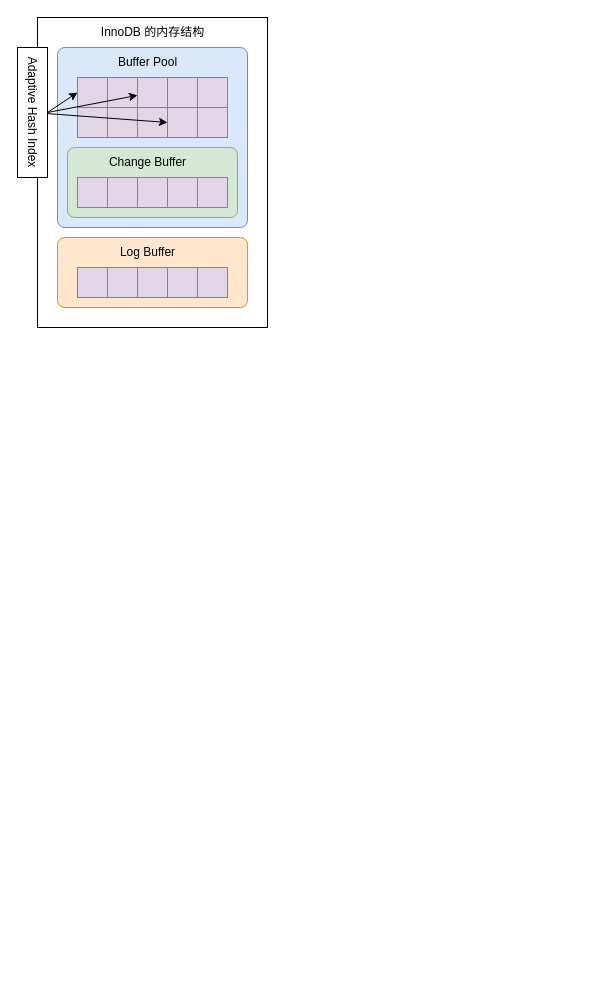
zero-97/picture-of-the-article keeps this draw.io diagram as InnoDB 的内存结构/InnoDB 的内存结构.drawio. Above is the earlier version. Source tidied: cells renumbered, new cells numbered last; positions are measured from the earlier drawing's top-left corner, leaving out a move shared by most shapes. Both pictures are drawn from the tidied source at 100%, with x=0, y=0 at pixel (-33, 17).
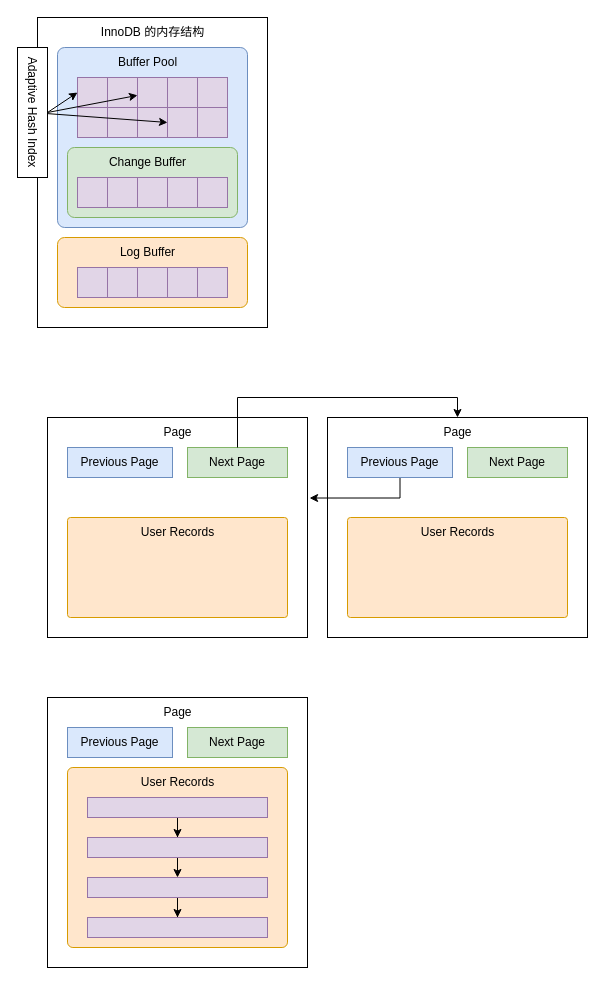
The same page after the edit.

Commit message (it also covers changes not shown here):
Update InnoDB 的内存结构.drawio

The edit, as a diff of the source:
```diff
@@
+    <mxCell id="34" style="rounded=0;whiteSpace=wrap;html=1;" parent="1" vertex="1">
+      <mxGeometry x="80" y="400" width="260" height="220" as="geometry" />
+    </mxCell>
+    <mxCell id="35" value="Page" style="text;html=1;align=center;verticalAlign=middle;strokeColor=none;fillColor=none;" parent="1" vertex="1">
+      <mxGeometry x="185" y="400" width="50" height="30" as="geometry" />
+    </mxCell>
+    <mxCell id="36" value="Previous Page" style="rounded=0;whiteSpace=wrap;html=1;fillColor=#dae8fc;strokeColor=#6c8ebf;" parent="1" vertex="1">
+      <mxGeometry x="100" y="430" width="105" height="30" as="geometry" />
+    </mxCell>
+    <mxCell id="37" value="Next Page" style="rounded=0;whiteSpace=wrap;html=1;fillColor=#d5e8d4;strokeColor=#82b366;" parent="1" vertex="1">
+      <mxGeometry x="220" y="430" width="100" height="30" as="geometry" />
+    </mxCell>
+    <mxCell id="38" style="rounded=1;whiteSpace=wrap;html=1;arcSize=3;fillColor=#ffe6cc;strokeColor=#d79b00;" parent="1" vertex="1">
+      <mxGeometry x="100" y="500" width="220" height="100" as="geometry" />
+    </mxCell>
+    <mxCell id="39" value="User Records" style="text;html=1;align=center;verticalAlign=middle;strokeColor=none;fillColor=none;" parent="1" vertex="1">
+      <mxGeometry x="160" y="500" width="100" height="30" as="geometry" />
+    </mxCell>
+    <mxCell id="40" style="rounded=0;whiteSpace=wrap;html=1;" parent="1" vertex="1">
+      <mxGeometry x="360" y="400" width="260" height="220" as="geometry" />
+    </mxCell>
+    <mxCell id="41" value="Page" style="text;html=1;align=center;verticalAlign=middle;strokeColor=none;fillColor=none;" parent="1" vertex="1">
+      <mxGeometry x="465" y="400" width="50" height="30" as="geometry" />
+    </mxCell>
+    <mxCell id="42" style="edgeStyle=orthogonalEdgeStyle;rounded=0;jettySize=auto;html=1;entryX=1.008;entryY=0.366;entryDx=0;entryDy=0;entryPerimeter=0;exitX=0.5;exitY=1;exitDx=0;exitDy=0;" parent="1" edge="1" source="43" target="34">
+      <mxGeometry relative="1" as="geometry">
+        <Array as="points">
+          <mxPoint x="433" y="481" />
+        </Array>
+      </mxGeometry>
+    </mxCell>
+    <mxCell id="43" value="Previous Page" style="rounded=0;whiteSpace=wrap;html=1;fillColor=#dae8fc;strokeColor=#6c8ebf;" parent="1" vertex="1">
+      <mxGeometry x="380" y="430" width="105" height="30" as="geometry" />
+    </mxCell>
+    <mxCell id="44" value="Next Page" style="rounded=0;whiteSpace=wrap;html=1;fillColor=#d5e8d4;strokeColor=#82b366;" parent="1" vertex="1">
+      <mxGeometry x="500" y="430" width="100" height="30" as="geometry" />
+    </mxCell>
+    <mxCell id="45" style="rounded=1;whiteSpace=wrap;html=1;arcSize=3;fillColor=#ffe6cc;strokeColor=#d79b00;" parent="1" vertex="1">
+      <mxGeometry x="380" y="500" width="220" height="100" as="geometry" />
+    </mxCell>
+    <mxCell id="46" value="User Records" style="text;html=1;align=center;verticalAlign=middle;strokeColor=none;fillColor=none;" parent="1" vertex="1">
+      <mxGeometry x="440" y="500" width="100" height="30" as="geometry" />
+    </mxCell>
+    <mxCell id="47" style="edgeStyle=orthogonalEdgeStyle;rounded=0;jettySize=auto;html=1;exitX=0.5;exitY=0;exitDx=0;exitDy=0;entryX=0.5;entryY=0;entryDx=0;entryDy=0;" parent="1" edge="1" source="37" target="40">
+      <mxGeometry relative="1" as="geometry">
+        <Array as="points">
+          <mxPoint x="270" y="380" />
+          <mxPoint x="490" y="380" />
+        </Array>
+      </mxGeometry>
+    </mxCell>
+    <mxCell id="48" style="rounded=0;whiteSpace=wrap;html=1;" parent="1" vertex="1">
+      <mxGeometry x="80" y="680" width="260" height="270" as="geometry" />
+    </mxCell>
+    <mxCell id="49" value="Page" style="text;html=1;align=center;verticalAlign=middle;strokeColor=none;fillColor=none;" parent="1" vertex="1">
+      <mxGeometry x="185" y="680" width="50" height="30" as="geometry" />
+    </mxCell>
+    <mxCell id="50" value="Previous Page" style="rounded=0;whiteSpace=wrap;html=1;fillColor=#dae8fc;strokeColor=#6c8ebf;" parent="1" vertex="1">
+      <mxGeometry x="100" y="710" width="105" height="30" as="geometry" />
+    </mxCell>
+    <mxCell id="51" value="Next Page" style="rounded=0;whiteSpace=wrap;html=1;fillColor=#d5e8d4;strokeColor=#82b366;" parent="1" vertex="1">
+      <mxGeometry x="220" y="710" width="100" height="30" as="geometry" />
+    </mxCell>
+    <mxCell id="52" style="rounded=1;whiteSpace=wrap;html=1;arcSize=3;fillColor=#ffe6cc;strokeColor=#d79b00;" parent="1" vertex="1">
+      <mxGeometry x="100" y="750" width="220" height="180" as="geometry" />
+    </mxCell>
+    <mxCell id="53" value="User Records" style="text;html=1;align=center;verticalAlign=middle;strokeColor=none;fillColor=none;" parent="1" vertex="1">
+      <mxGeometry x="160" y="750" width="100" height="30" as="geometry" />
+    </mxCell>
+    <mxCell id="54" style="edgeStyle=orthogonalEdgeStyle;rounded=0;jettySize=auto;html=1;entryX=0.5;entryY=0;entryDx=0;entryDy=0;" parent="1" edge="1" source="55" target="57">
+      <mxGeometry relative="1" as="geometry" />
+    </mxCell>
+    <mxCell id="55" style="rounded=0;whiteSpace=wrap;html=1;fillColor=#e1d5e7;strokeColor=#9673a6;" parent="1" vertex="1">
+      <mxGeometry x="120" y="780" width="180" height="20" as="geometry" />
+    </mxCell>
+    <mxCell id="56" style="edgeStyle=orthogonalEdgeStyle;rounded=0;jettySize=auto;html=1;" parent="1" edge="1" source="57">
+      <mxGeometry relative="1" as="geometry">
+        <mxPoint x="210" y="860" as="targetPoint" />
+      </mxGeometry>
+    </mxCell>
+    <mxCell id="57" style="rounded=0;whiteSpace=wrap;html=1;fillColor=#e1d5e7;strokeColor=#9673a6;" parent="1" vertex="1">
+      <mxGeometry x="120" y="820" width="180" height="20" as="geometry" />
+    </mxCell>
+    <mxCell id="58" style="edgeStyle=orthogonalEdgeStyle;rounded=0;jettySize=auto;html=1;entryX=0.5;entryY=0;entryDx=0;entryDy=0;" parent="1" edge="1" source="59" target="60">
+      <mxGeometry relative="1" as="geometry" />
+    </mxCell>
+    <mxCell id="59" style="rounded=0;whiteSpace=wrap;html=1;fillColor=#e1d5e7;strokeColor=#9673a6;" parent="1" vertex="1">
+      <mxGeometry x="120" y="860" width="180" height="20" as="geometry" />
+    </mxCell>
+    <mxCell id="60" style="rounded=0;whiteSpace=wrap;html=1;fillColor=#e1d5e7;strokeColor=#9673a6;" parent="1" vertex="1">
+      <mxGeometry x="120" y="900" width="180" height="20" as="geometry" />
+    </mxCell>
```
